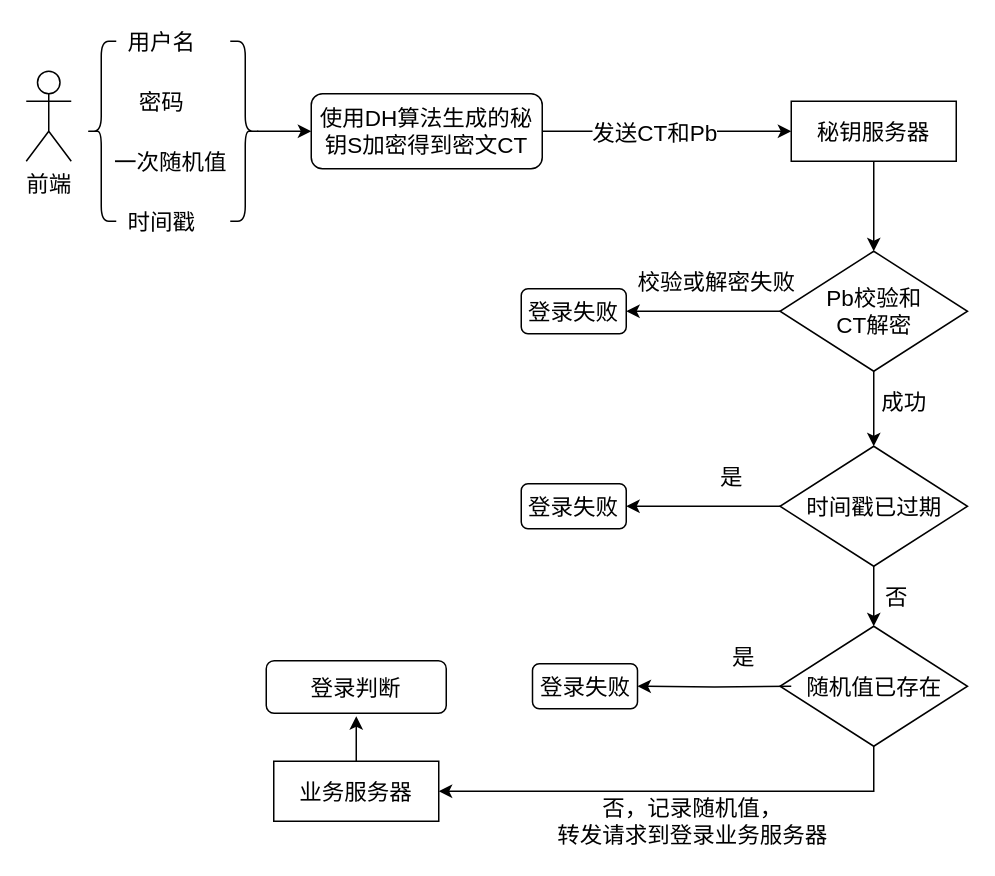
AjaxXu/Diagram keeps this draw.io diagram as page "解密数据架构" (2 of 2) of DH算法秘钥.drawio. Above is the earlier version. Source tidied: cells renumbered, new cells numbered last; positions are measured from the earlier drawing's top-left corner, leaving out a move shared by most shapes. Both pictures are drawn from the tidied source at 150%, with x=0, y=0 at pixel (26, 26).
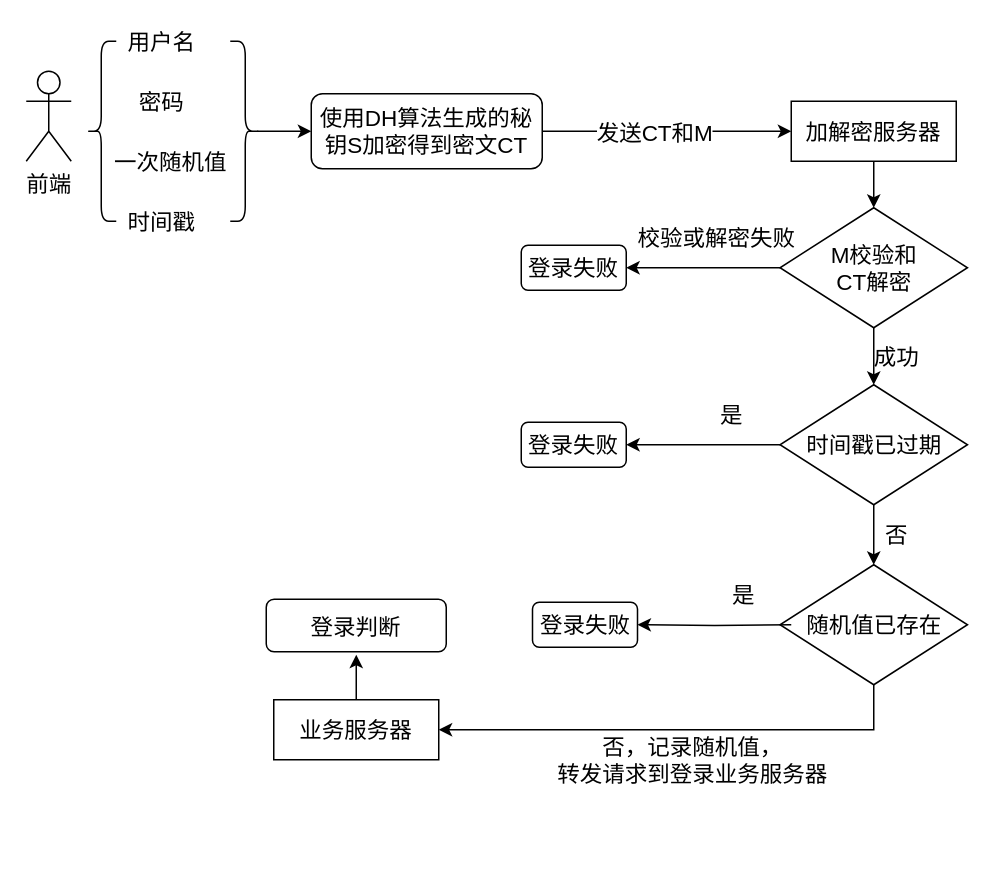
Above is the later version.

Unchanged cells that the change refers to:
```xml
<mxCell id="10" style="edgeStyle=orthogonalEdgeStyle;rounded=0;jettySize=auto;html=1;exitX=1;exitY=0.5;exitDx=0;exitDy=0;fontSize=15;entryX=0;entryY=0.5;entryDx=0;entryDy=0;" parent="1" edge="1" source="12" target="14">
  <mxGeometry relative="1" as="geometry" />
</mxCell>
```

What changed in the source:
```diff
@@
-    <mxCell id="11" value="发送CT和Pb" style="edgeLabel;html=1;align=center;verticalAlign=middle;fontSize=15;" parent="10" vertex="1">
+    <mxCell id="11" value="发送CT和M" style="edgeLabel;html=1;align=center;verticalAlign=middle;fontSize=15;" parent="10" vertex="1">
       <mxGeometry x="-0.35" relative="1" as="geometry">
         <mxPoint x="20" as="offset" />
       </mxGeometry>
     </mxCell>
@@
-    <mxCell id="14" value="秘钥服务器" style="rounded=0;whiteSpace=wrap;html=1;fontSize=15;" parent="1" vertex="1">
+    <mxCell id="14" value="加解密服务器" style="rounded=0;whiteSpace=wrap;html=1;fontSize=15;" parent="1" vertex="1">
       <mxGeometry x="510" y="50" width="110" height="40" as="geometry" />
     </mxCell>
     <mxCell id="15" style="edgeStyle=orthogonalEdgeStyle;rounded=0;jettySize=auto;html=1;exitX=0;exitY=0.5;exitDx=0;exitDy=0;fontSize=15;" parent="1" edge="1" source="17">
       <mxGeometry relative="1" as="geometry">
-        <mxPoint x="400" y="190" as="targetPoint" />
+        <mxPoint x="400" y="161" as="targetPoint" />
       </mxGeometry>
     </mxCell>
-    <mxCell id="16" style="edgeStyle=orthogonalEdgeStyle;rounded=0;jettySize=auto;html=1;exitX=0.5;exitY=1;exitDx=0;exitDy=0;fontSize=15;" parent="1" edge="1" source="17">
-      <mxGeometry relative="1" as="geometry">
-        <mxPoint x="565" y="280" as="targetPoint" />
-      </mxGeometry>
+    <mxCell id="16" style="edgeStyle=orthogonalEdgeStyle;rounded=0;jettySize=auto;html=1;exitX=0.5;exitY=1;exitDx=0;exitDy=0;fontSize=15;entryX=0.5;entryY=0;entryDx=0;entryDy=0;" parent="1" edge="1" source="17" target="22">
+      <mxGeometry relative="1" as="geometry" />
     </mxCell>
-    <mxCell id="17" value="Pb校验和&lt;br style=&quot;font-size: 15px;&quot;&gt;CT解密" style="rhombus;whiteSpace=wrap;html=1;fontSize=15;" parent="1" vertex="1">
-      <mxGeometry x="502.5" y="150" width="125" height="80" as="geometry" />
+    <mxCell id="17" value="M校验和&lt;br style=&quot;font-size: 15px&quot;&gt;CT解密" style="rhombus;whiteSpace=wrap;html=1;fontSize=15;" parent="1" vertex="1">
+      <mxGeometry x="502.5" y="121" width="125" height="80" as="geometry" />
     </mxCell>
     <mxCell id="18" value="校验或解密失败" style="text;html=1;align=center;verticalAlign=middle;strokeColor=none;fontSize=15;" parent="1" vertex="1">
-      <mxGeometry x="400" y="160" width="120" height="20" as="geometry" />
+      <mxGeometry x="400" y="131" width="120" height="20" as="geometry" />
     </mxCell>
     <mxCell id="19" value="登录失败" style="rounded=1;whiteSpace=wrap;html=1;fontSize=15;" parent="1" vertex="1">
-      <mxGeometry x="330" y="175" width="70" height="30" as="geometry" />
+      <mxGeometry x="330" y="146" width="70" height="30" as="geometry" />
     </mxCell>
@@
     <mxCell id="21" style="edgeStyle=orthogonalEdgeStyle;rounded=0;jettySize=auto;html=1;exitX=0.5;exitY=1;exitDx=0;exitDy=0;fontSize=15;" parent="1" edge="1" source="22">
       <mxGeometry relative="1" as="geometry">
-        <mxPoint x="565" y="400" as="targetPoint" />
+        <mxPoint x="565" y="359" as="targetPoint" />
       </mxGeometry>
     </mxCell>
     <mxCell id="22" value="时间戳已过期" style="rhombus;whiteSpace=wrap;html=1;fontSize=15;" parent="1" vertex="1">
-      <mxGeometry x="502.5" y="280" width="125" height="80" as="geometry" />
+      <mxGeometry x="502.5" y="239" width="125" height="80" as="geometry" />
     </mxCell>
     <mxCell id="23" value="成功" style="text;html=1;align=center;verticalAlign=middle;strokeColor=none;fontSize=15;" parent="1" vertex="1">
-      <mxGeometry x="560" y="240" width="50" height="20" as="geometry" />
+      <mxGeometry x="555" y="210" width="50" height="20" as="geometry" />
     </mxCell>
     <mxCell id="24" value="是" style="text;html=1;align=center;verticalAlign=middle;strokeColor=none;fontSize=15;" parent="1" vertex="1">
-      <mxGeometry x="455" y="290" width="30" height="20" as="geometry" />
+      <mxGeometry x="455" y="249" width="30" height="20" as="geometry" />
     </mxCell>
     <mxCell id="25" value="登录失败" style="rounded=1;whiteSpace=wrap;html=1;fontSize=15;" parent="1" vertex="1">
-      <mxGeometry x="330" y="305" width="70" height="30" as="geometry" />
+      <mxGeometry x="330" y="264" width="70" height="30" as="geometry" />
     </mxCell>
     <mxCell id="26" value="否" style="text;html=1;align=center;verticalAlign=middle;strokeColor=none;fontSize=15;" parent="1" vertex="1">
-      <mxGeometry x="565" y="370" width="30" height="20" as="geometry" />
+      <mxGeometry x="565" y="329" width="30" height="20" as="geometry" />
     </mxCell>
@@
     <mxCell id="28" value="随机值已存在" style="rhombus;whiteSpace=wrap;html=1;fontSize=15;" parent="1" vertex="1">
-      <mxGeometry x="502.5" y="400" width="125" height="80" as="geometry" />
+      <mxGeometry x="502.5" y="359" width="125" height="80" as="geometry" />
     </mxCell>
     <mxCell id="29" style="edgeStyle=orthogonalEdgeStyle;rounded=0;jettySize=auto;html=1;exitX=0;exitY=0.5;exitDx=0;exitDy=0;fontSize=15;entryX=1;entryY=0.5;entryDx=0;entryDy=0;" parent="1" edge="1" target="31">
       <mxGeometry relative="1" as="geometry">
-        <mxPoint x="510" y="440" as="sourcePoint" />
+        <mxPoint x="510" y="399" as="sourcePoint" />
       </mxGeometry>
     </mxCell>
     <mxCell id="30" value="是" style="text;html=1;align=center;verticalAlign=middle;strokeColor=none;fontSize=15;" parent="1" vertex="1">
-      <mxGeometry x="462.5" y="410" width="30" height="20" as="geometry" />
+      <mxGeometry x="462.5" y="369" width="30" height="20" as="geometry" />
     </mxCell>
     <mxCell id="31" value="登录失败" style="rounded=1;whiteSpace=wrap;html=1;fontSize=15;" parent="1" vertex="1">
-      <mxGeometry x="337.5" y="425" width="70" height="30" as="geometry" />
+      <mxGeometry x="337.5" y="384" width="70" height="30" as="geometry" />
     </mxCell>
     <mxCell id="32" style="edgeStyle=orthogonalEdgeStyle;rounded=0;jettySize=auto;html=1;exitX=0.5;exitY=0;exitDx=0;exitDy=0;fontSize=15;" parent="1" edge="1" source="33">
       <mxGeometry relative="1" as="geometry">
-        <mxPoint x="220" y="460" as="targetPoint" />
+        <mxPoint x="220" y="419" as="targetPoint" />
       </mxGeometry>
     </mxCell>
     <mxCell id="33" value="业务服务器" style="rounded=0;whiteSpace=wrap;html=1;fontSize=15;" parent="1" vertex="1">
-      <mxGeometry x="165" y="490" width="110" height="40" as="geometry" />
+      <mxGeometry x="165" y="449" width="110" height="40" as="geometry" />
     </mxCell>
     <mxCell id="34" value="否，记录随机值，&lt;br&gt;转发请求到登录业务服务器" style="text;html=1;align=center;verticalAlign=middle;strokeColor=none;fontSize=15;" parent="1" vertex="1">
-      <mxGeometry x="344" y="510" width="200" height="40" as="geometry" />
+      <mxGeometry x="344" y="469" width="200" height="40" as="geometry" />
     </mxCell>
     <mxCell id="35" value="登录判断" style="rounded=1;whiteSpace=wrap;html=1;fontSize=15;" parent="1" vertex="1">
-      <mxGeometry x="160" y="423" width="120" height="35" as="geometry" />
+      <mxGeometry x="160" y="382" width="120" height="35" as="geometry" />
     </mxCell>
```
